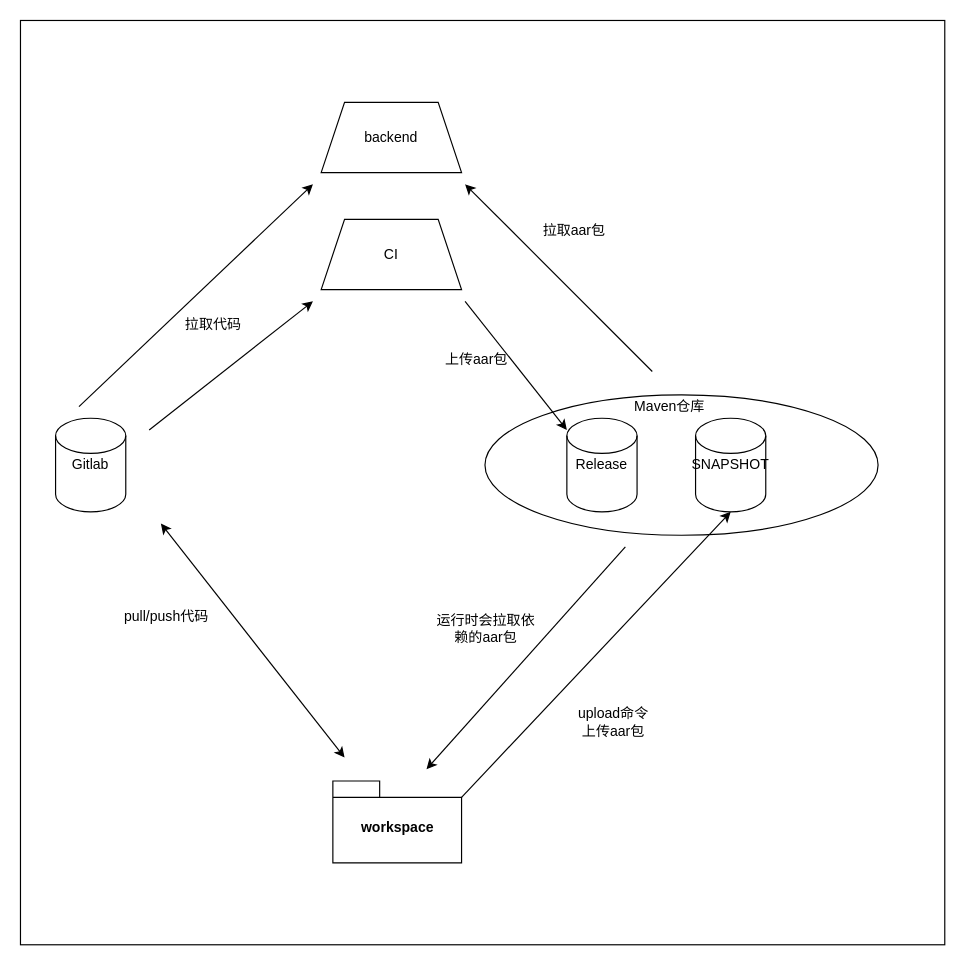
892848153/picRepo keeps this draw.io diagram as Untitled Diagram.drawio. Above is the earlier version. Source tidied: cells renumbered, new cells numbered last; positions are measured from the earlier drawing's top-left corner, leaving out a move shared by most shapes. Both pictures are drawn from the tidied source at 117%, with x=0, y=0 at pixel (20, 20).
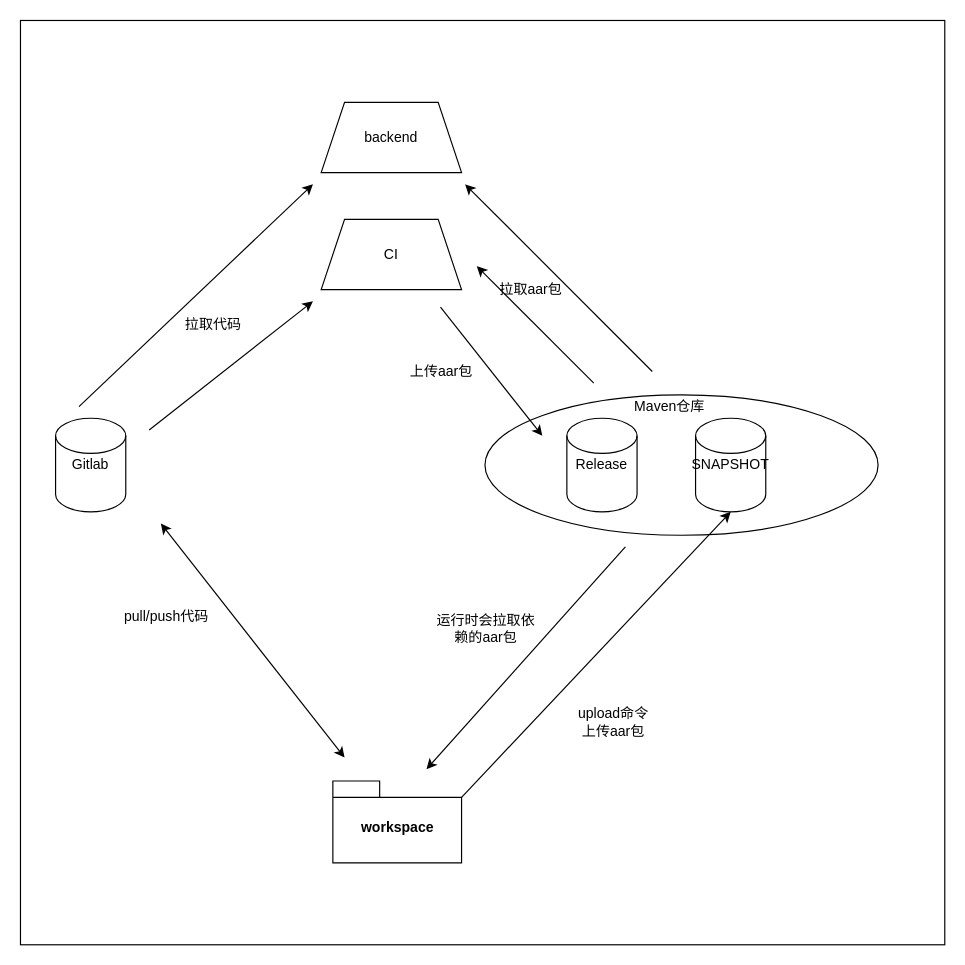
Above is the later version.

The edit, as a diff of the source:
```diff
@@
     <mxCell id="16" style="endArrow=classic;html=1;" parent="1" edge="1">
       <mxGeometry relative="1" as="geometry">
-        <mxPoint x="380" y="240" as="sourcePoint" />
-        <mxPoint x="467" y="350" as="targetPoint" />
+        <mxPoint x="359" y="245" as="sourcePoint" />
+        <mxPoint x="446" y="355" as="targetPoint" />
       </mxGeometry>
     </mxCell>
     <mxCell id="17" value="上传aar包" style="text;html=1;strokeColor=none;fillColor=none;align=center;verticalAlign=middle;whiteSpace=wrap;rounded=0;" parent="1" vertex="1">
-      <mxGeometry x="350" y="280" width="80" height="20" as="geometry" />
+      <mxGeometry x="320" y="290" width="80" height="20" as="geometry" />
     </mxCell>
@@
     <mxCell id="21" value="拉取aar包" style="text;html=1;strokeColor=none;fillColor=none;align=center;verticalAlign=middle;whiteSpace=wrap;rounded=0;" parent="1" vertex="1">
-      <mxGeometry x="437" y="170" width="73" height="20" as="geometry" />
+      <mxGeometry x="400" y="220" width="73" height="20" as="geometry" />
     </mxCell>
@@
+    <mxCell id="24" style="endArrow=classic;html=1;" parent="1" edge="1">
+      <mxGeometry relative="1" as="geometry">
+        <mxPoint x="490" y="310" as="sourcePoint" />
+        <mxPoint x="390" y="210" as="targetPoint" />
+      </mxGeometry>
+    </mxCell>
```
